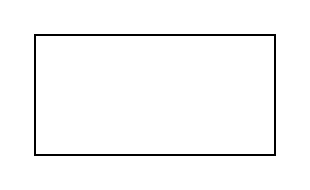
The draw.io diagram Truck Software Sudo Code.drawio in usernamesareusless/Truck, before the edit. Source tidied: cells renumbered, new cells numbered last; positions are measured from the earlier drawing's top-left corner, leaving out a move shared by most shapes. Both pictures are drawn from the tidied source at 200%, with x=0, y=0 at pixel (34, 34).
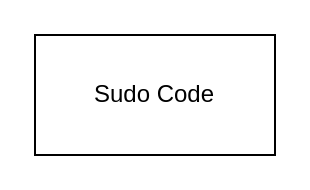
After the change.

The edit, as a diff of the source:
```diff
@@
 <mxGraphModel>
   <root>
     <mxCell id="0" />
     <mxCell id="1" parent="0" />
-    <mxCell id="2" style="rounded=0;whiteSpace=wrap;html=1;" parent="1" vertex="1">
+    <mxCell id="2" value="Sudo Code" style="rounded=0;whiteSpace=wrap;html=1;" parent="1" vertex="1">
       <mxGeometry width="120" height="60" as="geometry" />
     </mxCell>
   </root>
 </mxGraphModel>
```
